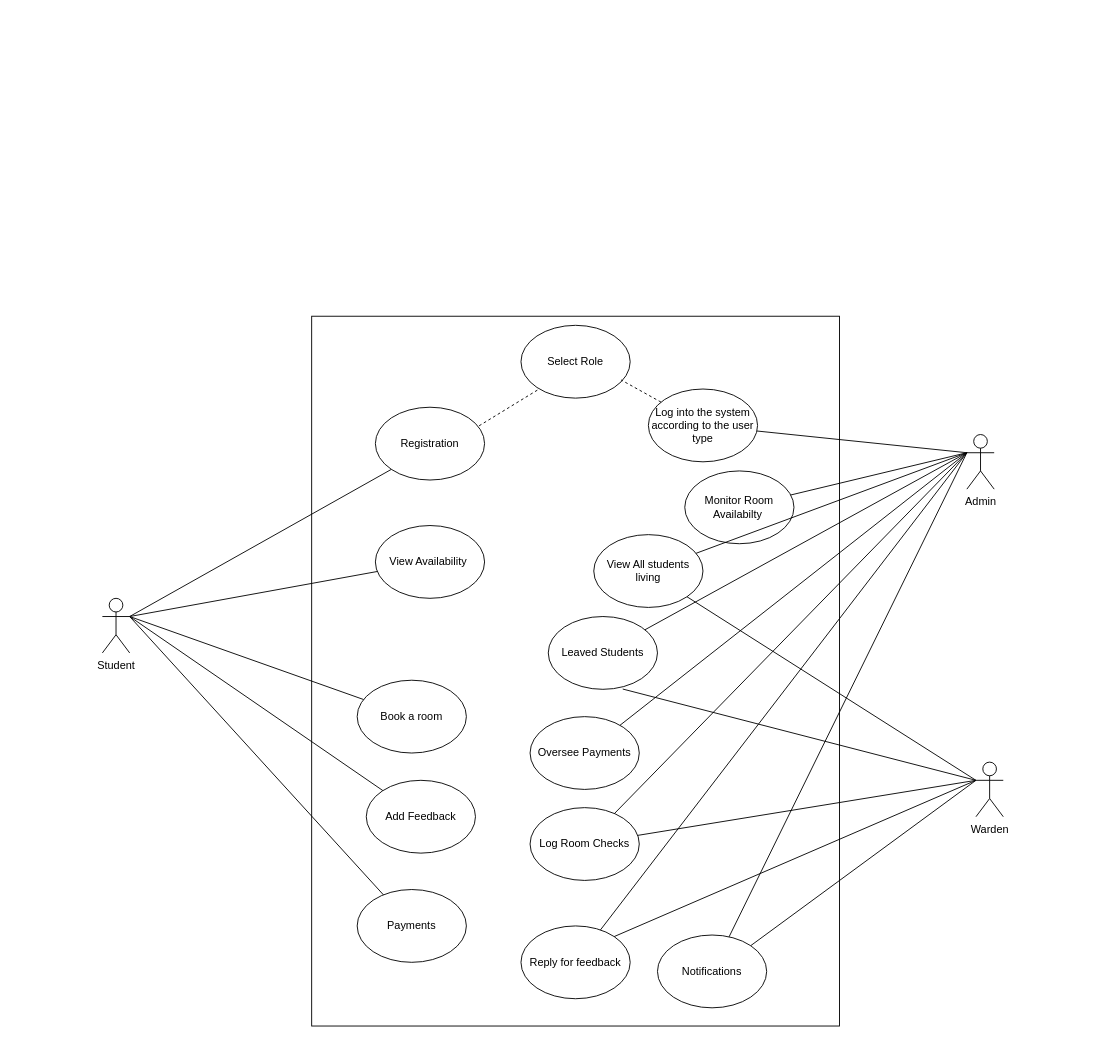
This is OU-HOSTELusecasediagram.drawio from OU-Hostel-Management/OU-Hostel-System, a draw.io file, before an edit. Source tidied: cells renumbered, new cells numbered last; positions are measured from the earlier drawing's top-left corner, leaving out a move shared by most shapes. Both pictures are drawn from the tidied source at 91%, with x=0, y=0 at pixel (102, 316).
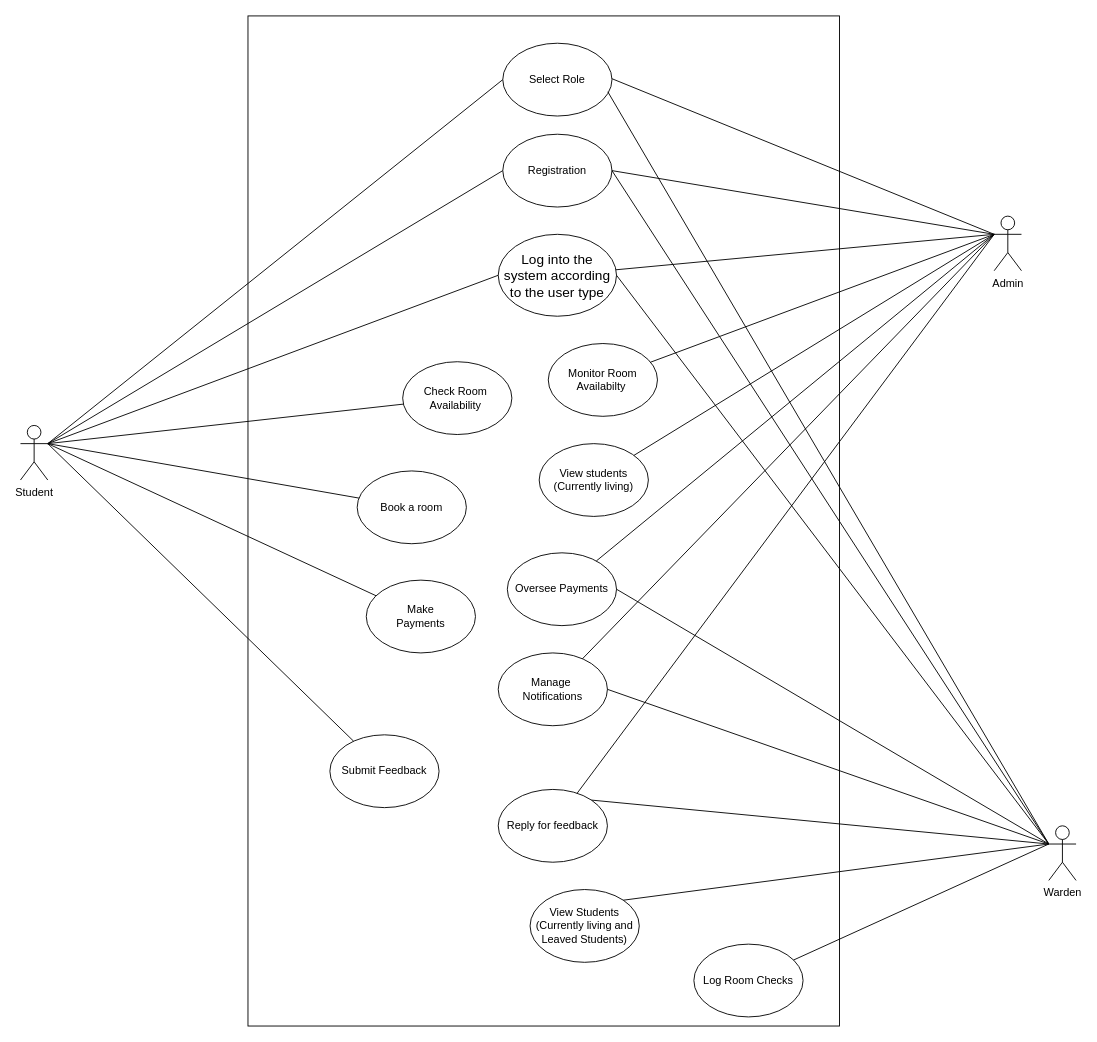
The same page after the edit.

Change to the diagram source:
```diff
@@
     <mxCell id="2" value="Student" style="shape=umlActor;verticalLabelPosition=bottom;verticalAlign=top;html=1;outlineConnect=0;" parent="1" vertex="1">
-      <mxGeometry y="310" width="30" height="60" as="geometry" />
+      <mxGeometry x="-90" y="120" width="30" height="60" as="geometry" />
     </mxCell>
     <mxCell id="3" style="rounded=0;whiteSpace=wrap;html=1;fillColor=none;" parent="1" vertex="1">
-      <mxGeometry x="230" width="580" height="780" as="geometry" />
+      <mxGeometry x="160" y="-330" width="650" height="1110" as="geometry" />
     </mxCell>
     <mxCell id="4" value="Registration" style="ellipse;whiteSpace=wrap;html=1;fillColor=none;" parent="1" vertex="1">
-      <mxGeometry x="300" y="100" width="120" height="80" as="geometry" />
+      <mxGeometry x="440" y="-200" width="120" height="80" as="geometry" />
     </mxCell>
-    <mxCell id="5" value="Log into the system according to the user type" style="ellipse;whiteSpace=wrap;html=1;fillColor=none;" parent="1" vertex="1">
-      <mxGeometry x="600" y="80" width="120" height="80" as="geometry" />
+    <mxCell id="5" value="&lt;font style=&quot;font-size: 15px;&quot;&gt;Log into the system according to the user type&lt;/font&gt;" style="ellipse;whiteSpace=wrap;html=1;fillColor=none;" parent="1" vertex="1">
+      <mxGeometry x="435" y="-90" width="130" height="90" as="geometry" />
     </mxCell>
-    <mxCell id="6" value="View Availability&amp;nbsp;" style="ellipse;whiteSpace=wrap;html=1;fillColor=none;" parent="1" vertex="1">
-      <mxGeometry x="300" y="230" width="120" height="80" as="geometry" />
+    <mxCell id="6" value="Check Room&amp;nbsp; Availability&amp;nbsp;" style="ellipse;whiteSpace=wrap;html=1;fillColor=none;" parent="1" vertex="1">
+      <mxGeometry x="330" y="50" width="120" height="80" as="geometry" />
     </mxCell>
     <mxCell id="7" value="Book a room" style="ellipse;whiteSpace=wrap;html=1;fillColor=none;" parent="1" vertex="1">
-      <mxGeometry x="280" y="400" width="120" height="80" as="geometry" />
+      <mxGeometry x="280" y="170" width="120" height="80" as="geometry" />
     </mxCell>
-    <mxCell id="8" value="Add Feedback" style="ellipse;whiteSpace=wrap;html=1;fillColor=none;" parent="1" vertex="1">
-      <mxGeometry x="290" y="510" width="120" height="80" as="geometry" />
+    <mxCell id="8" value="Submit Feedback" style="ellipse;whiteSpace=wrap;html=1;fillColor=none;" parent="1" vertex="1">
+      <mxGeometry x="250" y="460" width="120" height="80" as="geometry" />
     </mxCell>
-    <mxCell id="9" value="Payments" style="ellipse;whiteSpace=wrap;html=1;fillColor=none;" parent="1" vertex="1">
-      <mxGeometry x="280" y="630" width="120" height="80" as="geometry" />
+    <mxCell id="9" value="Make&lt;div&gt;Payments&lt;/div&gt;" style="ellipse;whiteSpace=wrap;html=1;fillColor=none;" parent="1" vertex="1">
+      <mxGeometry x="290" y="290" width="120" height="80" as="geometry" />
     </mxCell>
     <mxCell id="10" value="Admin" style="shape=umlActor;verticalLabelPosition=bottom;verticalAlign=top;html=1;outlineConnect=0;" parent="1" vertex="1">
-      <mxGeometry x="950" y="130" width="30" height="60" as="geometry" />
+      <mxGeometry x="980" y="-110" width="30" height="60" as="geometry" />
     </mxCell>
     <mxCell id="11" value="Warden" style="shape=umlActor;verticalLabelPosition=bottom;verticalAlign=top;html=1;outlineConnect=0;" parent="1" vertex="1">
-      <mxGeometry x="960" y="490" width="30" height="60" as="geometry" />
+      <mxGeometry x="1040" y="560" width="30" height="60" as="geometry" />
     </mxCell>
     <mxCell id="12" value="Monitor Room Availabilty&amp;nbsp;" style="ellipse;whiteSpace=wrap;html=1;fillColor=none;" parent="1" vertex="1">
-      <mxGeometry x="640" y="170" width="120" height="80" as="geometry" />
+      <mxGeometry x="490" y="30" width="120" height="80" as="geometry" />
     </mxCell>
-    <mxCell id="13" value="View All students living" style="ellipse;whiteSpace=wrap;html=1;fillColor=none;" parent="1" vertex="1">
-      <mxGeometry x="540" y="240" width="120" height="80" as="geometry" />
+    <mxCell id="13" value="View students&lt;div&gt;(Currently living)&lt;/div&gt;" style="ellipse;whiteSpace=wrap;html=1;fillColor=none;" parent="1" vertex="1">
+      <mxGeometry x="480" y="140" width="120" height="80" as="geometry" />
     </mxCell>
-    <mxCell id="14" value="Leaved Students" style="ellipse;whiteSpace=wrap;html=1;fillColor=none;" parent="1" vertex="1">
-      <mxGeometry x="490" y="330" width="120" height="80" as="geometry" />
-    </mxCell>
     <mxCell id="15" value="Log Room Checks" style="ellipse;whiteSpace=wrap;html=1;fillColor=none;" parent="1" vertex="1">
-      <mxGeometry x="470" y="540" width="120" height="80" as="geometry" />
+      <mxGeometry x="650" y="690" width="120" height="80" as="geometry" />
     </mxCell>
     <mxCell id="16" value="Reply for feedback" style="ellipse;whiteSpace=wrap;html=1;fillColor=none;" parent="1" vertex="1">
-      <mxGeometry x="460" y="670" width="120" height="80" as="geometry" />
+      <mxGeometry x="435" y="520" width="120" height="80" as="geometry" />
     </mxCell>
-    <mxCell id="17" value="Notifications" style="ellipse;whiteSpace=wrap;html=1;fillColor=none;" parent="1" vertex="1">
-      <mxGeometry x="610" y="680" width="120" height="80" as="geometry" />
+    <mxCell id="17" value="Manage&amp;nbsp;&lt;div&gt;Notifications&lt;/div&gt;" style="ellipse;whiteSpace=wrap;html=1;fillColor=none;" parent="1" vertex="1">
+      <mxGeometry x="435" y="370" width="120" height="80" as="geometry" />
     </mxCell>
     <mxCell id="18" value="Oversee Payments" style="ellipse;whiteSpace=wrap;html=1;fillColor=none;" parent="1" vertex="1">
-      <mxGeometry x="470" y="440" width="120" height="80" as="geometry" />
+      <mxGeometry x="445" y="260" width="120" height="80" as="geometry" />
     </mxCell>
     <mxCell id="19" value="Select Role" style="ellipse;whiteSpace=wrap;html=1;fillColor=none;" parent="1" vertex="1">
-      <mxGeometry x="460" y="10" width="120" height="80" as="geometry" />
+      <mxGeometry x="440" y="-300" width="120" height="80" as="geometry" />
     </mxCell>
-    <mxCell id="20" style="endArrow=none;html=1;rounded=0;entryX=0;entryY=1;entryDx=0;entryDy=0;" parent="1" edge="1" target="4">
-      <mxGeometry relative="1" as="geometry">
-        <mxPoint x="30" y="330" as="sourcePoint" />
-      </mxGeometry>
+    <mxCell id="20" style="endArrow=none;html=1;rounded=0;entryX=0;entryY=0.5;entryDx=0;entryDy=0;exitX=1;exitY=0.3333333333333333;exitDx=0;exitDy=0;exitPerimeter=0;" parent="1" edge="1" source="2" target="4">
+      <mxGeometry relative="1" as="geometry" />
     </mxCell>
-    <mxCell id="21" style="endArrow=none;html=1;rounded=0;" parent="1" edge="1" target="6">
-      <mxGeometry relative="1" as="geometry">
-        <mxPoint x="30" y="330" as="sourcePoint" />
-      </mxGeometry>
+    <mxCell id="21" style="endArrow=none;html=1;rounded=0;exitX=1;exitY=0.3333333333333333;exitDx=0;exitDy=0;exitPerimeter=0;" parent="1" edge="1" source="2" target="6">
+      <mxGeometry relative="1" as="geometry" />
     </mxCell>
@@
-    <mxCell id="23" style="endArrow=none;html=1;rounded=0;" parent="1" edge="1" target="8">
-      <mxGeometry relative="1" as="geometry">
-        <mxPoint x="30" y="330" as="sourcePoint" />
-      </mxGeometry>
+    <mxCell id="23" style="endArrow=none;html=1;rounded=0;exitX=1;exitY=0.3333333333333333;exitDx=0;exitDy=0;exitPerimeter=0;" parent="1" edge="1" source="2" target="8">
+      <mxGeometry relative="1" as="geometry" />
     </mxCell>
-    <mxCell id="24" style="endArrow=none;html=1;rounded=0;" parent="1" edge="1" target="9">
-      <mxGeometry relative="1" as="geometry">
-        <mxPoint x="30" y="330" as="sourcePoint" />
-      </mxGeometry>
+    <mxCell id="24" style="endArrow=none;html=1;rounded=0;exitX=1;exitY=0.3333333333333333;exitDx=0;exitDy=0;exitPerimeter=0;" parent="1" edge="1" source="2" target="9">
+      <mxGeometry relative="1" as="geometry" />
     </mxCell>
-    <mxCell id="25" style="endArrow=none;dashed=1;html=1;rounded=0;exitX=0.95;exitY=0.255;exitDx=0;exitDy=0;exitPerimeter=0;" parent="1" edge="1" source="4">
-      <mxGeometry relative="1" as="geometry">
-        <mxPoint x="480" y="80" as="targetPoint" />
-      </mxGeometry>
-    </mxCell>
-    <mxCell id="26" style="endArrow=none;dashed=1;html=1;rounded=0;" parent="1" edge="1" source="5">
-      <mxGeometry relative="1" as="geometry">
-        <mxPoint x="570" y="70" as="targetPoint" />
-      </mxGeometry>
-    </mxCell>
-    <mxCell id="27" style="endArrow=none;html=1;rounded=0;" parent="1" edge="1" source="5">
-      <mxGeometry relative="1" as="geometry">
-        <mxPoint x="950" y="150" as="targetPoint" />
-      </mxGeometry>
+    <mxCell id="27" style="endArrow=none;html=1;rounded=0;entryX=0;entryY=0.3333333333333333;entryDx=0;entryDy=0;entryPerimeter=0;" parent="1" edge="1" source="5" target="10">
+      <mxGeometry relative="1" as="geometry" />
     </mxCell>
@@
-    <mxCell id="30" style="endArrow=none;html=1;rounded=0;entryX=0;entryY=0.3333333333333333;entryDx=0;entryDy=0;entryPerimeter=0;" parent="1" edge="1" source="14" target="10">
-      <mxGeometry relative="1" as="geometry" />
-    </mxCell>
-    <mxCell id="31" style="endArrow=none;html=1;rounded=0;" parent="1" edge="1" source="18">
-      <mxGeometry relative="1" as="geometry">
-        <mxPoint x="950" y="150" as="targetPoint" />
-      </mxGeometry>
+    <mxCell id="31" style="endArrow=none;html=1;rounded=0;entryX=0;entryY=0.3333333333333333;entryDx=0;entryDy=0;entryPerimeter=0;" parent="1" edge="1" source="18" target="10">
+      <mxGeometry relative="1" as="geometry" />
     </mxCell>
-    <mxCell id="32" style="endArrow=none;html=1;rounded=0;entryX=0;entryY=0.3333333333333333;entryDx=0;entryDy=0;entryPerimeter=0;" parent="1" edge="1" source="15" target="10">
-      <mxGeometry relative="1" as="geometry" />
-    </mxCell>
@@
-    <mxCell id="35" style="endArrow=none;html=1;rounded=0;exitX=1;exitY=1;exitDx=0;exitDy=0;" parent="1" edge="1" source="13">
-      <mxGeometry relative="1" as="geometry">
-        <mxPoint x="960" y="510" as="targetPoint" />
-      </mxGeometry>
-    </mxCell>
-    <mxCell id="36" style="endArrow=none;html=1;rounded=0;exitX=0.682;exitY=0.996;exitDx=0;exitDy=0;exitPerimeter=0;" parent="1" edge="1" source="14">
-      <mxGeometry relative="1" as="geometry">
-        <mxPoint x="960" y="510" as="targetPoint" />
-      </mxGeometry>
-    </mxCell>
@@
-    <mxCell id="38" style="endArrow=none;html=1;rounded=0;entryX=0;entryY=0.3333333333333333;entryDx=0;entryDy=0;entryPerimeter=0;exitX=1;exitY=0;exitDx=0;exitDy=0;" parent="1" edge="1" source="17" target="11">
+    <mxCell id="38" style="endArrow=none;html=1;rounded=0;entryX=0;entryY=0.3333333333333333;entryDx=0;entryDy=0;entryPerimeter=0;exitX=1;exitY=0.5;exitDx=0;exitDy=0;" parent="1" edge="1" source="17" target="11">
       <mxGeometry relative="1" as="geometry" />
     </mxCell>
@@
+    <mxCell id="40" style="endArrow=none;html=1;rounded=0;entryX=0;entryY=0.5;entryDx=0;entryDy=0;exitX=1;exitY=0.3333333333333333;exitDx=0;exitDy=0;exitPerimeter=0;" parent="1" edge="1" source="2" target="19">
+      <mxGeometry relative="1" as="geometry" />
+    </mxCell>
+    <mxCell id="41" style="endArrow=none;html=1;rounded=0;entryX=0;entryY=0.3333333333333333;entryDx=0;entryDy=0;entryPerimeter=0;" parent="1" edge="1" target="10">
+      <mxGeometry relative="1" as="geometry">
+        <mxPoint x="560" y="-261" as="sourcePoint" />
+      </mxGeometry>
+    </mxCell>
+    <mxCell id="42" style="endArrow=none;html=1;rounded=0;exitX=0.962;exitY=0.667;exitDx=0;exitDy=0;exitPerimeter=0;entryX=0;entryY=0.3333333333333333;entryDx=0;entryDy=0;entryPerimeter=0;" parent="1" edge="1" source="19" target="11">
+      <mxGeometry relative="1" as="geometry" />
+    </mxCell>
+    <mxCell id="43" style="endArrow=none;html=1;rounded=0;exitX=1;exitY=0.5;exitDx=0;exitDy=0;entryX=0;entryY=0.3333333333333333;entryDx=0;entryDy=0;entryPerimeter=0;" parent="1" edge="1" source="5" target="11">
+      <mxGeometry relative="1" as="geometry" />
+    </mxCell>
+    <mxCell id="44" style="endArrow=none;html=1;rounded=0;exitX=1;exitY=0.5;exitDx=0;exitDy=0;entryX=0;entryY=0.3333333333333333;entryDx=0;entryDy=0;entryPerimeter=0;" parent="1" edge="1" source="4" target="10">
+      <mxGeometry relative="1" as="geometry" />
+    </mxCell>
+    <mxCell id="45" style="endArrow=none;html=1;rounded=0;entryX=0;entryY=0.5;entryDx=0;entryDy=0;exitX=1;exitY=0.3333333333333333;exitDx=0;exitDy=0;exitPerimeter=0;" parent="1" edge="1" source="2" target="5">
+      <mxGeometry relative="1" as="geometry" />
+    </mxCell>
+    <mxCell id="46" style="endArrow=none;html=1;rounded=0;exitX=1;exitY=0.5;exitDx=0;exitDy=0;entryX=0;entryY=0.3333333333333333;entryDx=0;entryDy=0;entryPerimeter=0;" parent="1" edge="1" source="4" target="11">
+      <mxGeometry relative="1" as="geometry" />
+    </mxCell>
+    <mxCell id="47" value="View Students&lt;div&gt;(Currently living and Leaved Students)&lt;/div&gt;" style="ellipse;whiteSpace=wrap;html=1;fillColor=none;" parent="1" vertex="1">
+      <mxGeometry x="470" y="630" width="120" height="80" as="geometry" />
+    </mxCell>
+    <mxCell id="48" style="endArrow=none;html=1;rounded=0;entryX=0;entryY=0.3333333333333333;entryDx=0;entryDy=0;entryPerimeter=0;exitX=1;exitY=0;exitDx=0;exitDy=0;" parent="1" edge="1" source="47" target="11">
+      <mxGeometry relative="1" as="geometry" />
+    </mxCell>
+    <mxCell id="49" style="endArrow=none;html=1;rounded=0;exitX=1;exitY=0.5;exitDx=0;exitDy=0;entryX=0;entryY=0.3333333333333333;entryDx=0;entryDy=0;entryPerimeter=0;" parent="1" edge="1" source="18" target="11">
+      <mxGeometry relative="1" as="geometry" />
+    </mxCell>
```
